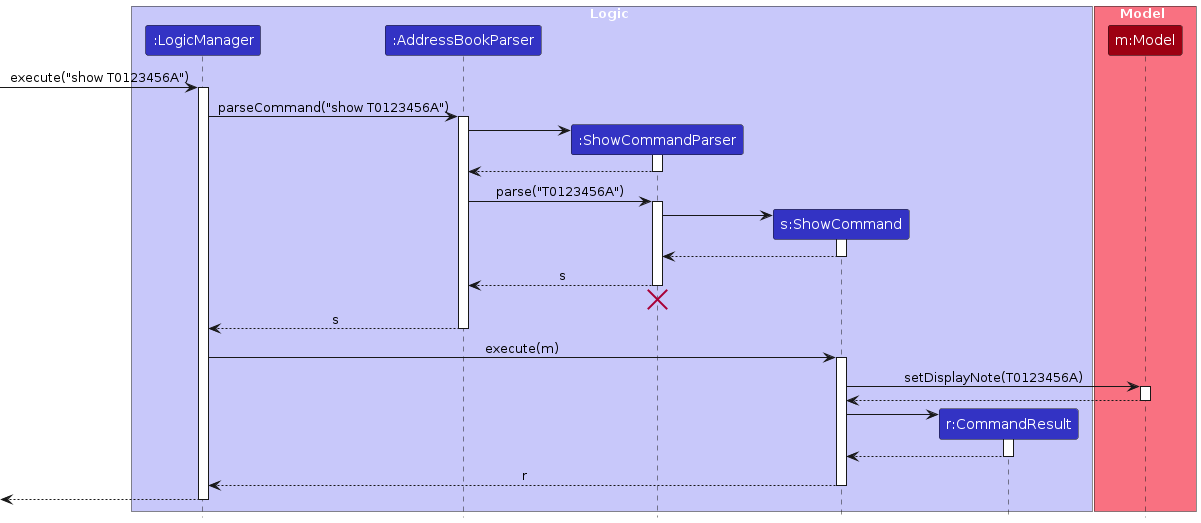
This is diagrams/ShowSequenceDiagram.png from Jayne1010/tp, a PlantUML export, as it was before one commit. Its source is kept beside it as diagrams/ShowSequenceDiagram.puml.
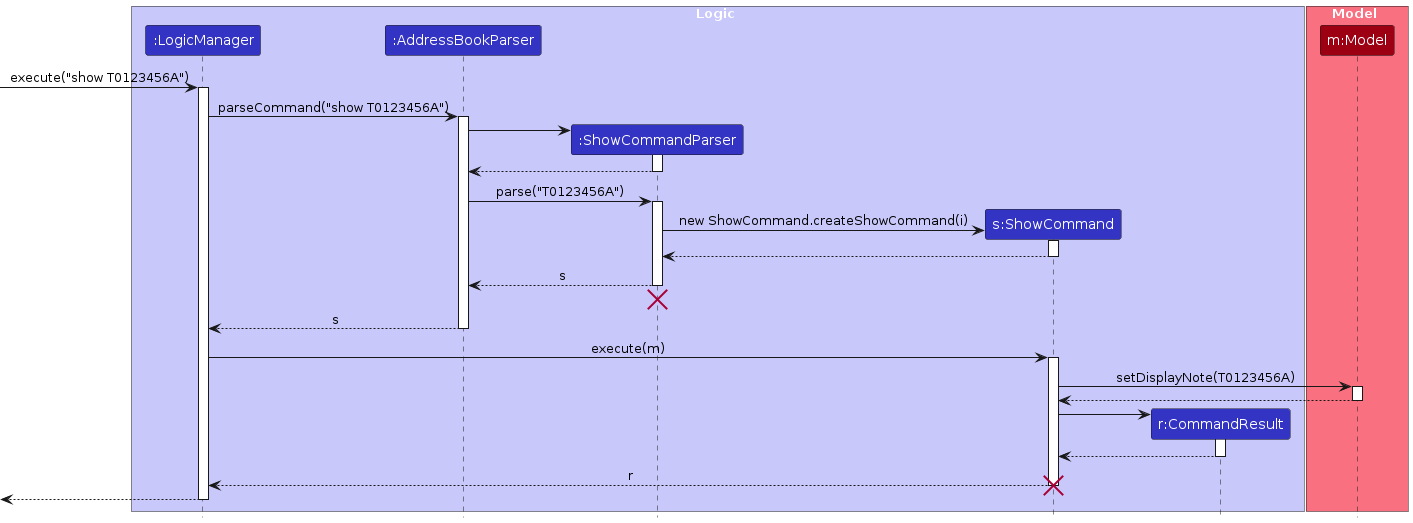
After the change.

The edit, as a diff of the source:
```diff
@@ -31,7 +31,7 @@
 activate ShowCommandParser
 
 create ShowCommand
-ShowCommandParser -> ShowCommand
+ShowCommandParser -> ShowCommand : new ShowCommand.createShowCommand(i)
 activate ShowCommand
 
 ShowCommand --> ShowCommandParser :
@@ -63,6 +63,7 @@
 
 ShowCommand --> LogicManager : r
 deactivate ShowCommand
+destroy ShowCommand
 
 [<--LogicManager
 deactivate LogicManager
```
